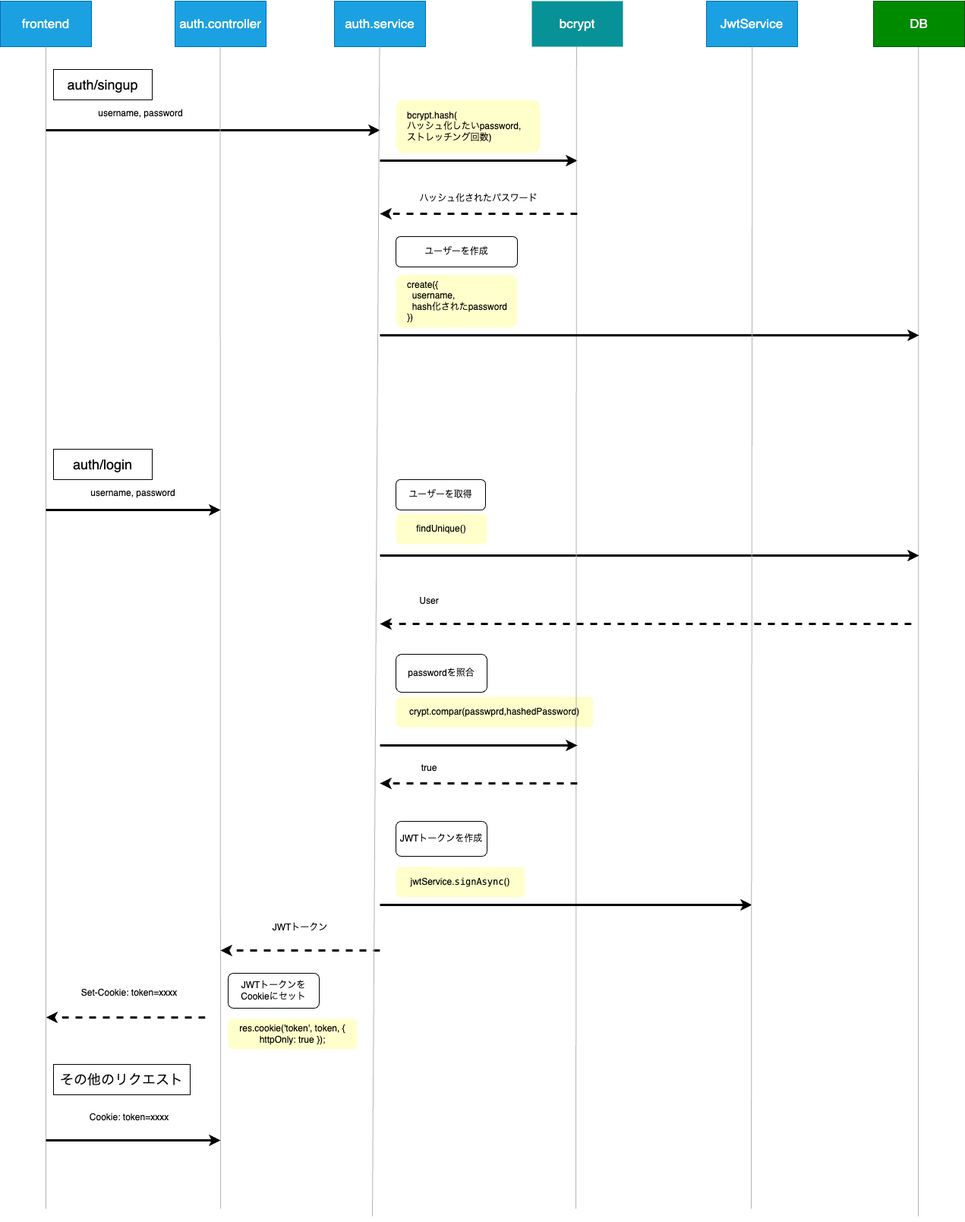
Before: draw.io/auth.png, a diagram exported from draw.io (nogson/tokyo-sento-backend). Source tidied: cells renumbered, new cells last; positions are measured from the earlier drawing's top-left corner, leaving out a move shared by most shapes.
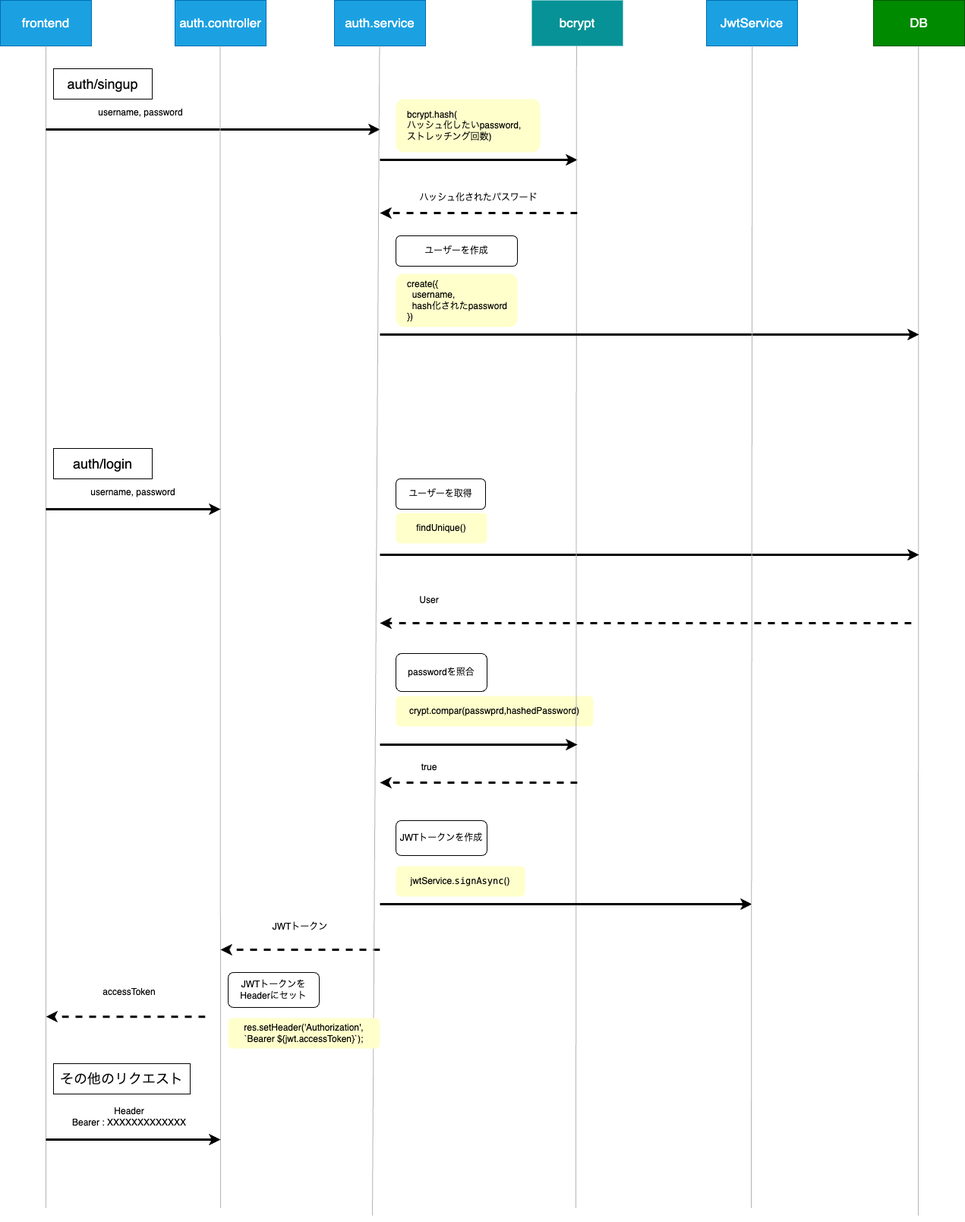
The same file after the commit.

What changed in the source:
```diff
@@ -172,10 +172,10 @@
     <mxCell id="41" value="JWTトークン" style="text;whiteSpace=wrap;html=1;align=center;verticalAlign=middle;fontSize=12;" parent="1" vertex="1">
       <mxGeometry x="330" y="1200" width="130" height="40" as="geometry" />
     </mxCell>
-    <mxCell id="42" value="&lt;span style=&quot;font-size: 12px;&quot;&gt;res.cookie('token', token, { httpOnly: true });&lt;/span&gt;" style="rounded=1;whiteSpace=wrap;html=1;labelBackgroundColor=none;fontSize=10;fontColor=#000000;fillColor=#FFFFCC;strokeColor=none;" parent="1" vertex="1">
-      <mxGeometry x="300" y="1340" width="170" height="40" as="geometry" />
+    <mxCell id="42" value="&lt;span style=&quot;font-size: 12px;&quot;&gt;res.setHeader('Authorization', `Bearer ${jwt.accessToken}`);&lt;/span&gt;" style="rounded=1;whiteSpace=wrap;html=1;labelBackgroundColor=none;fontSize=10;fontColor=#000000;fillColor=#FFFFCC;strokeColor=none;" parent="1" vertex="1">
+      <mxGeometry x="300" y="1340" width="200" height="40" as="geometry" />
     </mxCell>
-    <mxCell id="43" value="JWTトークンをCookieにセット" style="text;whiteSpace=wrap;html=1;align=center;verticalAlign=middle;labelBackgroundColor=default;strokeColor=default;rounded=1;" parent="1" vertex="1">
+    <mxCell id="43" value="JWTトークンをHeaderにセット" style="text;whiteSpace=wrap;html=1;align=center;verticalAlign=middle;labelBackgroundColor=default;strokeColor=default;rounded=1;" parent="1" vertex="1">
       <mxGeometry x="300" y="1280" width="120" height="46" as="geometry" />
     </mxCell>
     <mxCell id="44" style="endArrow=classic;html=1;dashed=1;strokeWidth=3;" parent="1" edge="1">
@@ -184,7 +184,7 @@
         <mxPoint x="60" y="1338.2" as="targetPoint" />
       </mxGeometry>
     </mxCell>
-    <mxCell id="45" value="Set-Cookie: token=xxxx" style="text;whiteSpace=wrap;html=1;align=center;verticalAlign=middle;fontSize=12;" parent="1" vertex="1">
+    <mxCell id="45" value="accessToken" style="text;whiteSpace=wrap;html=1;align=center;verticalAlign=middle;fontSize=12;" parent="1" vertex="1">
       <mxGeometry x="70" y="1286" width="200" height="40" as="geometry" />
     </mxCell>
     <mxCell id="46" style="endArrow=classic;html=1;strokeWidth=3;" parent="1" edge="1">
@@ -193,7 +193,7 @@
         <mxPoint x="290" y="1500" as="targetPoint" />
       </mxGeometry>
     </mxCell>
-    <mxCell id="47" value="Cookie: token=xxxx" style="text;whiteSpace=wrap;html=1;align=center;verticalAlign=middle;fontSize=12;" parent="1" vertex="1">
+    <mxCell id="47" value="Header&lt;br&gt;Bearer : XXXXXXXXXXXXX" style="text;whiteSpace=wrap;html=1;align=center;verticalAlign=middle;fontSize=12;" parent="1" vertex="1">
       <mxGeometry x="70" y="1450" width="200" height="40" as="geometry" />
     </mxCell>
     <mxCell id="48" value="その他のリクエスト" style="rounded=0;whiteSpace=wrap;html=1;fontSize=18;" parent="1" vertex="1">
```
